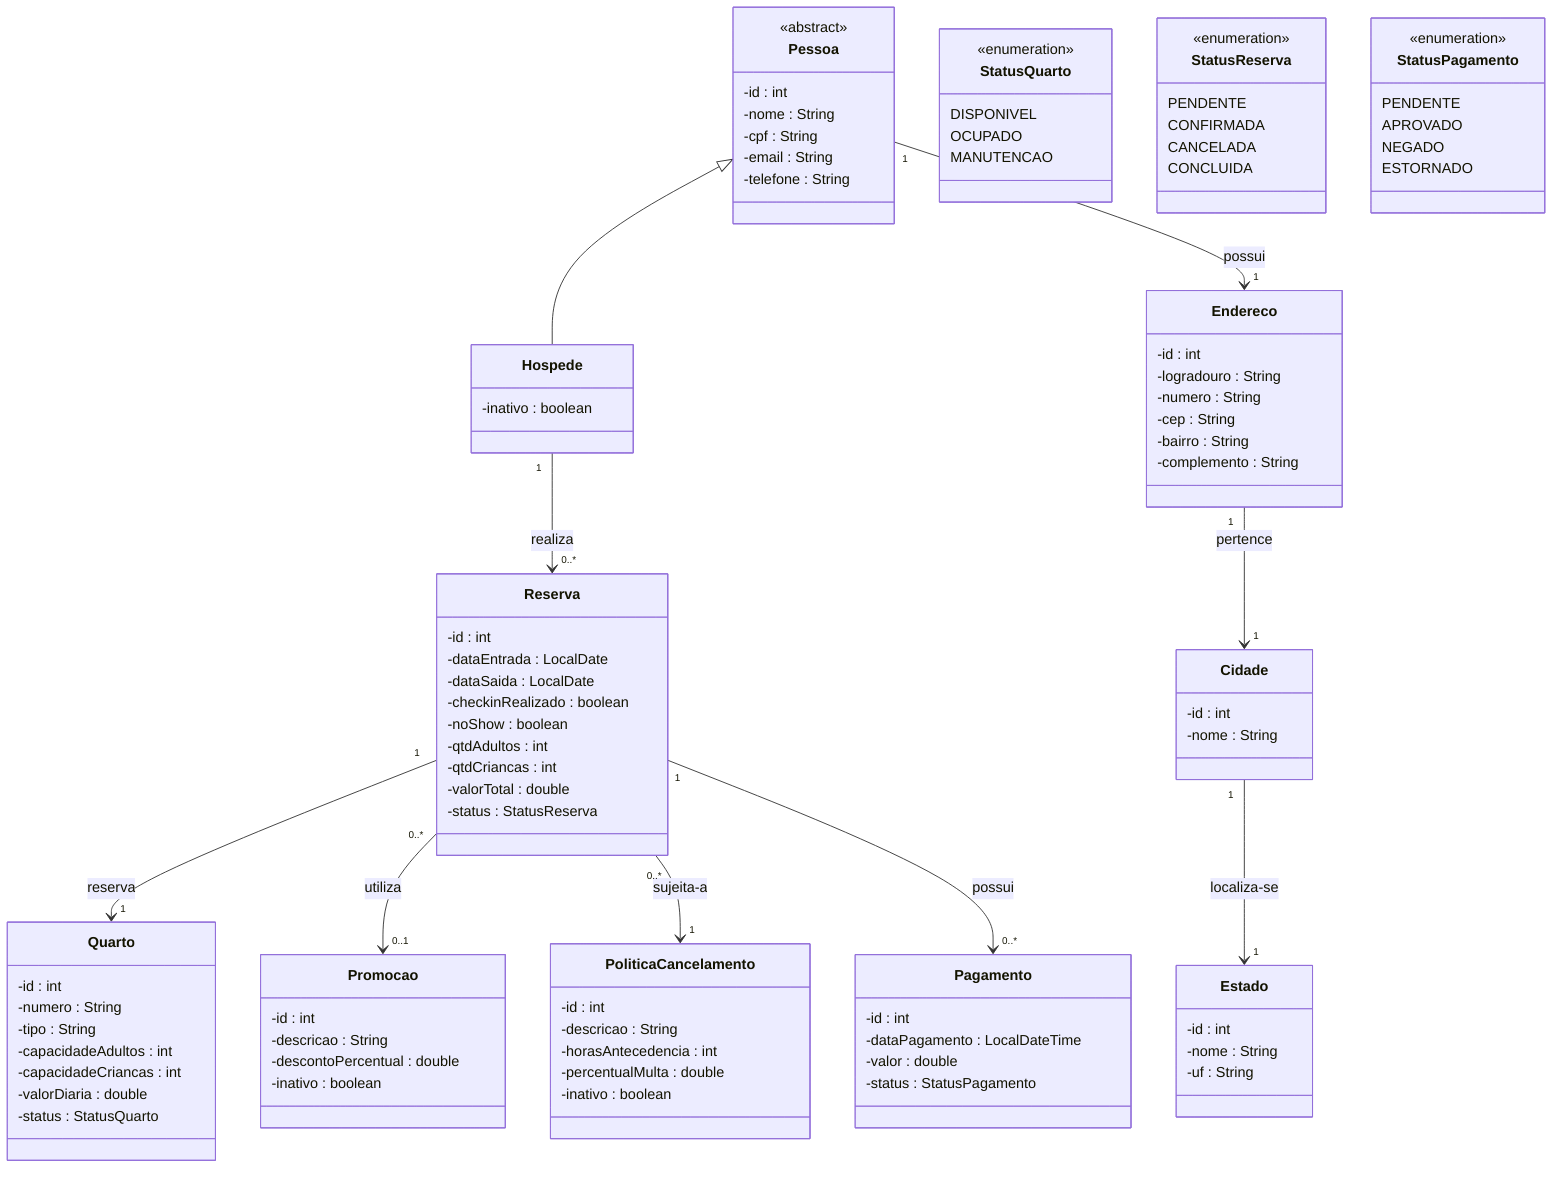
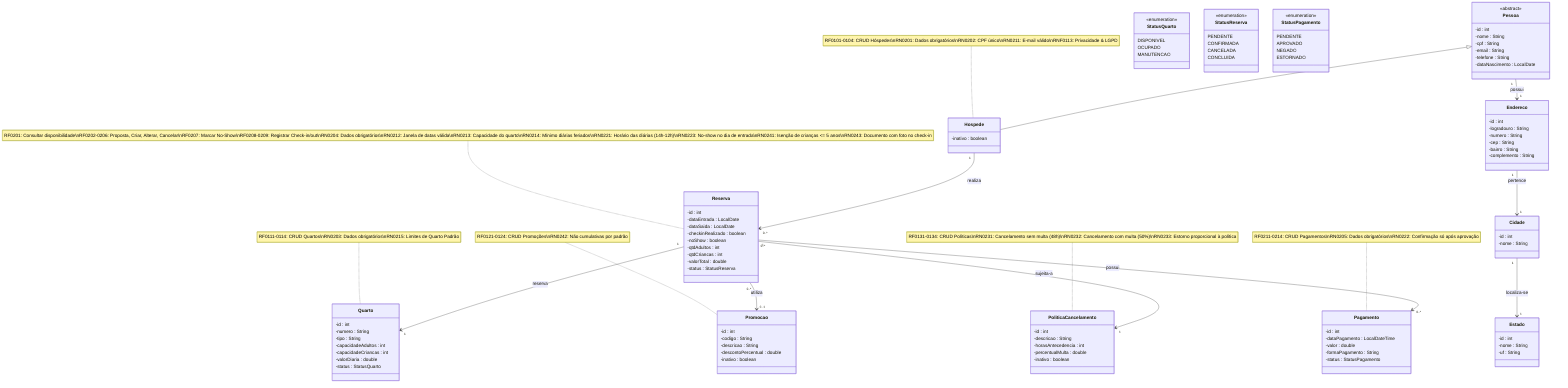
classDiagram
    class Pessoa {
        <<abstract>>
        -id : int
        -nome : String
        -cpf : String
        -email : String
        -telefone : String
+         -dataNascimento : LocalDate
    }

    class Hospede {
        -inativo : boolean
    }

    class Endereco {
        -id : int
        -logradouro : String
        -numero : String
        -cep : String
        -bairro : String
        -complemento : String
    }

    class Cidade {
        -id : int
        -nome : String
    }

    class Estado {
        -id : int
        -nome : String
        -uf : String
    }

    class Quarto {
        -id : int
        -numero : String
        -tipo : String
        -capacidadeAdultos : int
        -capacidadeCriancas : int
        -valorDiaria : double
        -status : StatusQuarto
    }

    class StatusQuarto {
        <<enumeration>>
        DISPONIVEL
        OCUPADO
        MANUTENCAO
    }

    class Reserva {
        -id : int
        -dataEntrada : LocalDate
        -dataSaida : LocalDate
        -checkinRealizado : boolean
        -noShow : boolean
        -qtdAdultos : int
        -qtdCriancas : int
        -valorTotal : double
        -status : StatusReserva
    }

    class StatusReserva {
        <<enumeration>>
        PENDENTE
        CONFIRMADA
        CANCELADA
        CONCLUIDA
    }

    class Promocao {
        -id : int
+         -codigo : String
        -descricao : String
        -descontoPercentual : double
        -inativo : boolean
    }

    class PoliticaCancelamento {
        -id : int
        -descricao : String
        -horasAntecedencia : int
        -percentualMulta : double
        -inativo : boolean
    }

    class Pagamento {
        -id : int
        -dataPagamento : LocalDateTime
        -valor : double
+         -formaPagamento : String
        -status : StatusPagamento
    }

    class StatusPagamento {
        <<enumeration>>
        PENDENTE
        APROVADO
        NEGADO
        ESTORNADO
    }

    Pessoa <|-- Hospede
    Pessoa "1" --> "1" Endereco : possui
    Endereco "1" --> "1" Cidade : pertence
    Cidade "1" --> "1" Estado : localiza-se

    Hospede "1" --> "0..*" Reserva : realiza
    Reserva "1" --> "1" Quarto : reserva
    Reserva "0..*" --> "0..1" Promocao : utiliza
    Reserva "0..*" --> "1" PoliticaCancelamento : sujeita-a
    Reserva "1" --> "0..*" Pagamento : possui
+ 
+     note for Hospede "RF0101-0104: CRUD Hóspedes\nRN0201: Dados obrigatórios\nRN0202: CPF único\nRN0211: E-mail válido\nRNF0113: Privacidade & LGPD"
+     note for Quarto "RF0111-0114: CRUD Quartos\nRN0203: Dados obrigatórios\nRN0215: Limites de Quarto Padrão"
+     note for Reserva "RF0201: Consultar disponibilidade\nRF0202-0206: Proposta, Criar, Alterar, Cancelar\nRF0207: Marcar No-Show\nRF0208-0209: Registrar Check-in/out\nRN0204: Dados obrigatórios\nRN0212: Janela de datas válida\nRN0213: Capacidade do quarto\nRN0214: Mínimo diárias feriados\nRN0221: Horário das diárias (14h-12h)\nRN0223: No-show no dia de entrada\nRN0241: Isenção de crianças <= 5 anos\nRN0243: Documento com foto no check-in"
+     note for Promocao "RF0121-0124: CRUD Promoções\nRN0242: Não cumulativas por padrão"
+     note for PoliticaCancelamento "RF0131-0134: CRUD Políticas\nRN0231: Cancelamento sem multa (48h)\nRN0232: Cancelamento com multa (50%)\nRN0233: Estorno proporcional à política"
+     note for Pagamento "RF0211-0214: CRUD Pagamentos\nRN0205: Dados obrigatórios\nRN0222: Confirmação só após aprovação"
